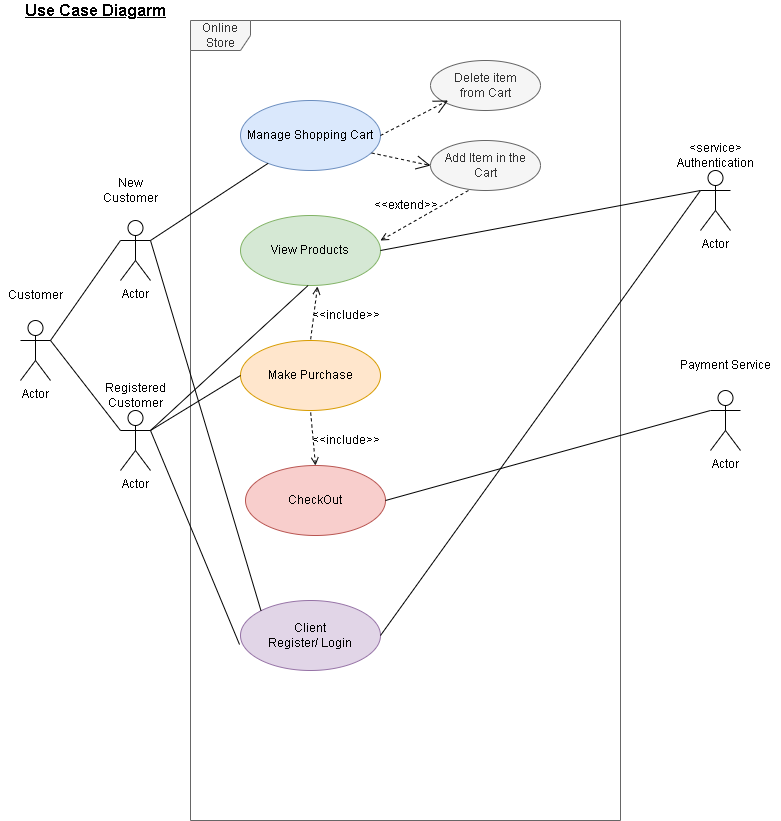
This is givealittle/UML diagramls/Scenarios/scenarios.png from tiisetsohub/GiveALittle, a draw.io export, as it was before one commit. Source tidied: cells renumbered, new cells last; positions are measured from the earlier drawing's top-left corner, leaving out a move shared by most shapes. The source it was exported from:
```xml
<mxGraphModel>
  <root>
    <mxCell id="0" />
    <mxCell id="1" parent="0" />
    <mxCell id="2" value="Actor" style="shape=umlActor;verticalLabelPosition=bottom;verticalAlign=top;html=1;" parent="1" vertex="1">
      <mxGeometry x="20" y="320" width="30" height="60" as="geometry" />
    </mxCell>
    <mxCell id="3" value="Actor" style="shape=umlActor;verticalLabelPosition=bottom;verticalAlign=top;html=1;" parent="1" vertex="1">
      <mxGeometry x="120" y="220" width="30" height="60" as="geometry" />
    </mxCell>
    <mxCell id="4" value="Actor" style="shape=umlActor;verticalLabelPosition=bottom;verticalAlign=top;html=1;" parent="1" vertex="1">
      <mxGeometry x="120" y="410" width="30" height="60" as="geometry" />
    </mxCell>
    <mxCell id="5" value="Online Store" style="shape=umlFrame;whiteSpace=wrap;html=1;fillColor=#f5f5f5;strokeColor=#666666;fontColor=#333333;" parent="1" vertex="1">
      <mxGeometry x="190" y="20" width="430" height="800" as="geometry" />
    </mxCell>
    <mxCell id="6" value="Actor" style="shape=umlActor;verticalLabelPosition=bottom;verticalAlign=top;html=1;" parent="1" vertex="1">
      <mxGeometry x="700" y="170" width="30" height="60" as="geometry" />
    </mxCell>
    <mxCell id="7" value="Actor" style="shape=umlActor;verticalLabelPosition=bottom;verticalAlign=top;html=1;" parent="1" vertex="1">
      <mxGeometry x="710" y="390" width="30" height="60" as="geometry" />
    </mxCell>
    <mxCell id="8" value="Manage Shopping Cart" style="ellipse;whiteSpace=wrap;html=1;fillColor=#dae8fc;strokeColor=#6c8ebf;" parent="1" vertex="1">
      <mxGeometry x="240" y="100" width="140" height="70" as="geometry" />
    </mxCell>
    <mxCell id="9" value="View Products" style="ellipse;whiteSpace=wrap;html=1;fillColor=#d5e8d4;strokeColor=#82b366;" parent="1" vertex="1">
      <mxGeometry x="240" y="215" width="140" height="70" as="geometry" />
    </mxCell>
    <mxCell id="10" value="Make Purchase" style="ellipse;whiteSpace=wrap;html=1;fillColor=#ffe6cc;strokeColor=#d79b00;" parent="1" vertex="1">
      <mxGeometry x="240" y="340" width="140" height="70" as="geometry" />
    </mxCell>
    <mxCell id="11" value="CheckOut" style="ellipse;whiteSpace=wrap;html=1;fillColor=#f8cecc;strokeColor=#b85450;" parent="1" vertex="1">
      <mxGeometry x="245" y="465" width="140" height="70" as="geometry" />
    </mxCell>
    <mxCell id="12" value="Client&lt;br&gt;Register/ Login" style="ellipse;whiteSpace=wrap;html=1;fillColor=#e1d5e7;strokeColor=#9673a6;" parent="1" vertex="1">
      <mxGeometry x="240" y="600" width="140" height="70" as="geometry" />
    </mxCell>
    <mxCell id="13" value="Delete item&lt;br&gt;from Cart" style="ellipse;whiteSpace=wrap;html=1;fillColor=#f5f5f5;fontColor=#333333;strokeColor=#666666;" parent="1" vertex="1">
      <mxGeometry x="430" y="60" width="110" height="50" as="geometry" />
    </mxCell>
    <mxCell id="14" value="Add Item in the&lt;br&gt;Cart" style="ellipse;whiteSpace=wrap;html=1;fillColor=#f5f5f5;fontColor=#333333;strokeColor=#666666;" parent="1" vertex="1">
      <mxGeometry x="430" y="140" width="110" height="50" as="geometry" />
    </mxCell>
    <mxCell id="15" value="New&lt;br&gt;Customer" style="text;html=1;align=center;verticalAlign=middle;fillColor=none;strokeColor=none;rounded=0;" parent="1" vertex="1">
      <mxGeometry x="95" y="175" width="70" height="30" as="geometry" />
    </mxCell>
    <mxCell id="16" value="Customer" style="text;html=1;align=center;verticalAlign=middle;fillColor=none;strokeColor=none;rounded=0;" parent="1" vertex="1">
      <mxGeometry y="285" width="70" height="20" as="geometry" />
    </mxCell>
    <mxCell id="17" value="Registered&lt;br&gt;Customer" style="text;html=1;align=center;verticalAlign=middle;fillColor=none;strokeColor=none;rounded=0;" parent="1" vertex="1">
      <mxGeometry x="95" y="380" width="80" height="30" as="geometry" />
    </mxCell>
    <mxCell id="18" value="&amp;lt;service&amp;gt;&lt;br&gt;Authentication" style="text;html=1;align=center;verticalAlign=middle;fillColor=none;strokeColor=none;rounded=0;" parent="1" vertex="1">
      <mxGeometry x="670" y="140" width="90" height="30" as="geometry" />
    </mxCell>
    <mxCell id="19" value="Payment Service" style="text;html=1;align=center;verticalAlign=middle;fillColor=none;strokeColor=none;rounded=0;" parent="1" vertex="1">
      <mxGeometry x="670" y="355" width="110" height="20" as="geometry" />
    </mxCell>
    <mxCell id="20" style="endArrow=none;endFill=0;endSize=12;html=1;rounded=0;exitX=1;exitY=0.3333333333333333;exitDx=0;exitDy=0;exitPerimeter=0;" parent="1" edge="1" source="3" target="8">
      <mxGeometry relative="1" as="geometry" />
    </mxCell>
    <mxCell id="21" style="endArrow=none;endFill=0;endSize=12;html=1;rounded=0;exitX=1;exitY=0.3333333333333333;exitDx=0;exitDy=0;exitPerimeter=0;entryX=0;entryY=0;entryDx=0;entryDy=0;" parent="1" edge="1" source="3" target="12">
      <mxGeometry relative="1" as="geometry" />
    </mxCell>
    <mxCell id="22" style="endArrow=none;endFill=0;endSize=12;html=1;rounded=0;exitX=1;exitY=0.3333333333333333;exitDx=0;exitDy=0;exitPerimeter=0;" parent="1" edge="1" source="4">
      <mxGeometry relative="1" as="geometry">
        <mxPoint x="307.6" y="285" as="targetPoint" />
      </mxGeometry>
    </mxCell>
    <mxCell id="23" style="endArrow=none;endFill=0;endSize=12;html=1;rounded=0;exitX=1;exitY=0.3333333333333333;exitDx=0;exitDy=0;exitPerimeter=0;entryX=0;entryY=0.5;entryDx=0;entryDy=0;" parent="1" edge="1" source="4" target="10">
      <mxGeometry relative="1" as="geometry" />
    </mxCell>
    <mxCell id="24" style="endArrow=none;endFill=0;endSize=12;html=1;rounded=0;exitX=1;exitY=0.3333333333333333;exitDx=0;exitDy=0;exitPerimeter=0;entryX=0;entryY=0.3333333333333333;entryDx=0;entryDy=0;entryPerimeter=0;" parent="1" edge="1" target="3">
      <mxGeometry relative="1" as="geometry">
        <mxPoint x="50" y="340" as="sourcePoint" />
      </mxGeometry>
    </mxCell>
    <mxCell id="25" style="endArrow=none;endFill=0;endSize=12;html=1;rounded=0;exitX=1;exitY=0.3333333333333333;exitDx=0;exitDy=0;exitPerimeter=0;entryX=0;entryY=0.3333333333333333;entryDx=0;entryDy=0;entryPerimeter=0;" parent="1" edge="1" source="2" target="4">
      <mxGeometry relative="1" as="geometry" />
    </mxCell>
    <mxCell id="26" style="endArrow=none;endFill=0;endSize=12;html=1;rounded=0;exitX=1;exitY=0.3333333333333333;exitDx=0;exitDy=0;exitPerimeter=0;entryX=-0.007;entryY=0.629;entryDx=0;entryDy=0;entryPerimeter=0;" parent="1" edge="1" source="4" target="12">
      <mxGeometry relative="1" as="geometry" />
    </mxCell>
    <mxCell id="27" style="endArrow=open;endFill=0;endSize=12;html=1;rounded=0;exitX=1;exitY=0.5;exitDx=0;exitDy=0;dashed=1;" parent="1" edge="1" source="8">
      <mxGeometry relative="1" as="geometry">
        <mxPoint x="447.6" y="100" as="targetPoint" />
      </mxGeometry>
    </mxCell>
    <mxCell id="28" style="endArrow=open;endFill=0;endSize=12;html=1;rounded=0;exitX=1;exitY=0.5;exitDx=0;exitDy=0;dashed=1;entryX=0;entryY=0.5;entryDx=0;entryDy=0;" parent="1" edge="1" target="14">
      <mxGeometry relative="1" as="geometry">
        <mxPoint x="371.2" y="152.5" as="sourcePoint" />
      </mxGeometry>
    </mxCell>
    <mxCell id="29" style="endArrow=none;endFill=0;endSize=12;html=1;rounded=0;exitX=1;exitY=0.5;exitDx=0;exitDy=0;dashed=1;entryX=0.345;entryY=1;entryDx=0;entryDy=0;entryPerimeter=0;startArrow=open;startFill=0;" parent="1" edge="1" target="14">
      <mxGeometry relative="1" as="geometry">
        <mxPoint x="380" y="240" as="sourcePoint" />
      </mxGeometry>
    </mxCell>
    <mxCell id="30" style="endArrow=none;endFill=0;endSize=12;html=1;rounded=0;exitX=1;exitY=0.5;exitDx=0;exitDy=0;entryX=0;entryY=0.3333333333333333;entryDx=0;entryDy=0;entryPerimeter=0;" parent="1" edge="1" source="9" target="6">
      <mxGeometry relative="1" as="geometry" />
    </mxCell>
    <mxCell id="31" style="endArrow=none;endFill=0;endSize=12;html=1;rounded=0;exitX=1;exitY=0.5;exitDx=0;exitDy=0;entryX=0;entryY=0.3333333333333333;entryDx=0;entryDy=0;entryPerimeter=0;" parent="1" edge="1" source="12" target="6">
      <mxGeometry relative="1" as="geometry" />
    </mxCell>
    <mxCell id="32" style="endArrow=none;endFill=0;endSize=12;html=1;rounded=0;exitX=1;exitY=0.5;exitDx=0;exitDy=0;entryX=0;entryY=0.3333333333333333;entryDx=0;entryDy=0;entryPerimeter=0;" parent="1" edge="1" source="11" target="7">
      <mxGeometry relative="1" as="geometry" />
    </mxCell>
    <mxCell id="33" style="endArrow=none;endFill=0;endSize=12;html=1;rounded=0;exitX=0.55;exitY=1.014;exitDx=0;exitDy=0;dashed=1;entryX=0.5;entryY=0;entryDx=0;entryDy=0;startArrow=open;startFill=0;exitPerimeter=0;" parent="1" edge="1" source="9" target="10">
      <mxGeometry relative="1" as="geometry" />
    </mxCell>
    <mxCell id="34" style="endArrow=none;endFill=0;endSize=12;html=1;rounded=0;exitX=0.5;exitY=0;exitDx=0;exitDy=0;dashed=1;entryX=0.5;entryY=1;entryDx=0;entryDy=0;startArrow=open;startFill=0;" parent="1" edge="1" source="11" target="10">
      <mxGeometry relative="1" as="geometry" />
    </mxCell>
    <mxCell id="35" value="&amp;lt;&amp;lt;extend&amp;gt;&amp;gt;" style="text;html=1;align=center;verticalAlign=middle;fillColor=none;strokeColor=none;rounded=0;" parent="1" vertex="1">
      <mxGeometry x="365" y="195" width="80" height="20" as="geometry" />
    </mxCell>
    <mxCell id="36" value="&amp;lt;&amp;lt;include&amp;gt;&amp;gt;" style="text;html=1;align=center;verticalAlign=middle;fillColor=none;strokeColor=none;rounded=0;" parent="1" vertex="1">
      <mxGeometry x="305" y="305" width="80" height="20" as="geometry" />
    </mxCell>
    <mxCell id="37" value="&amp;lt;&amp;lt;include&amp;gt;&amp;gt;" style="text;html=1;align=center;verticalAlign=middle;fillColor=none;strokeColor=none;rounded=0;" parent="1" vertex="1">
      <mxGeometry x="305" y="430" width="80" height="20" as="geometry" />
    </mxCell>
    <mxCell id="38" value="&lt;span style=&quot;font-size: 16px&quot;&gt;&lt;b&gt;&lt;u&gt;Use Case Diagarm&lt;/u&gt;&lt;/b&gt;&lt;/span&gt;" style="text;html=1;align=center;verticalAlign=middle;fillColor=none;strokeColor=none;rounded=0;" parent="1" vertex="1">
      <mxGeometry x="15" width="160" height="20" as="geometry" />
    </mxCell>
  </root>
</mxGraphModel>
```
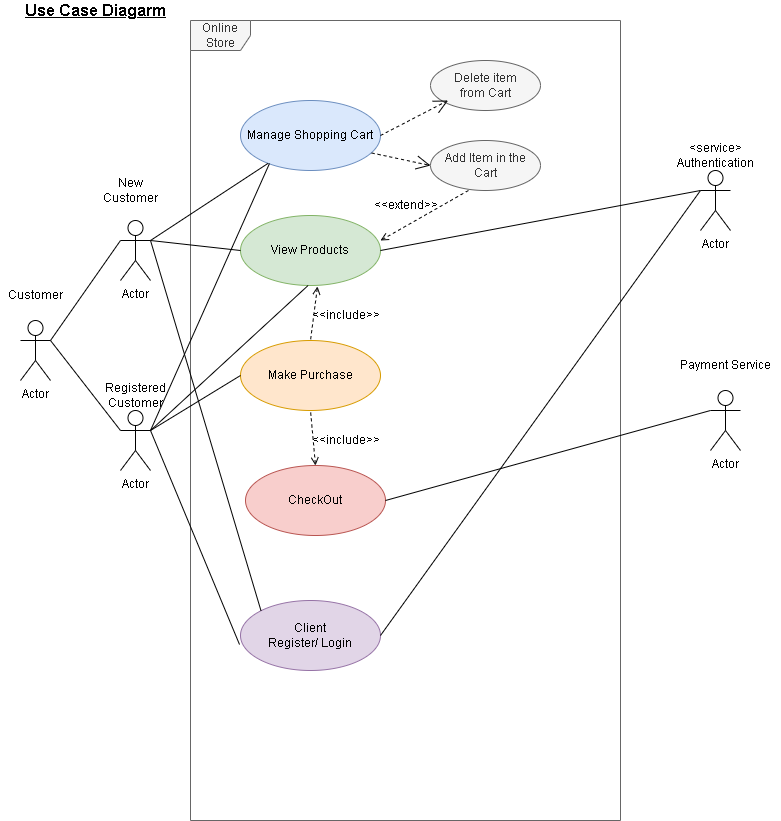
Above is the later version.

Diff of the diagram source:
```diff
@@ -123,5 +123,13 @@
     <mxCell id="38" value="&lt;span style=&quot;font-size: 16px&quot;&gt;&lt;b&gt;&lt;u&gt;Use Case Diagarm&lt;/u&gt;&lt;/b&gt;&lt;/span&gt;" style="text;html=1;align=center;verticalAlign=middle;fillColor=none;strokeColor=none;rounded=0;" parent="1" vertex="1">
       <mxGeometry x="15" width="160" height="20" as="geometry" />
     </mxCell>
+    <mxCell id="39" style="endArrow=none;endFill=0;endSize=12;html=1;rounded=0;exitX=1;exitY=0.3333333333333333;exitDx=0;exitDy=0;exitPerimeter=0;entryX=0;entryY=0.5;entryDx=0;entryDy=0;" parent="1" edge="1" source="3" target="9">
+      <mxGeometry relative="1" as="geometry" />
+    </mxCell>
+    <mxCell id="40" style="endArrow=none;endFill=0;endSize=12;html=1;rounded=0;entryX=0.207;entryY=0.9;entryDx=0;entryDy=0;entryPerimeter=0;" parent="1" edge="1" target="8">
+      <mxGeometry relative="1" as="geometry">
+        <mxPoint x="150" y="430" as="sourcePoint" />
+      </mxGeometry>
+    </mxCell>
   </root>
 </mxGraphModel>
```
